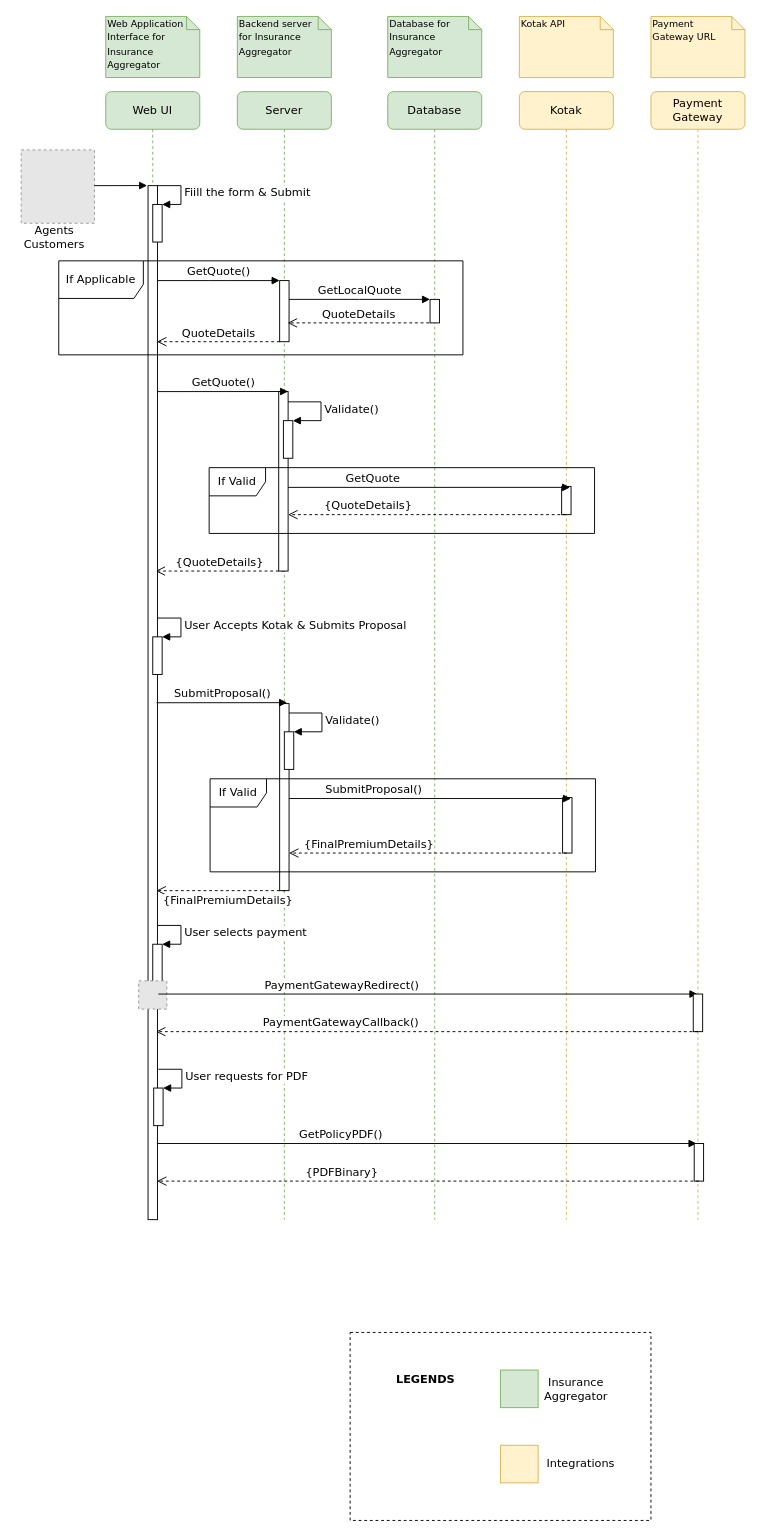
Earlier version of the draw.io diagram images/Untitled Diagram.drawio (akshaypuri1989/cordova-plugin-vuforia-v1). Source tidied: cells renumbered, new cells numbered last; positions are measured from the earlier drawing's top-left corner, leaving out a move shared by most shapes. Both pictures are drawn from the tidied source at 94%, with x=0, y=0 at pixel (16, 16). Pictures stored in the file or linked from it are replaced by grey dashed boxes.
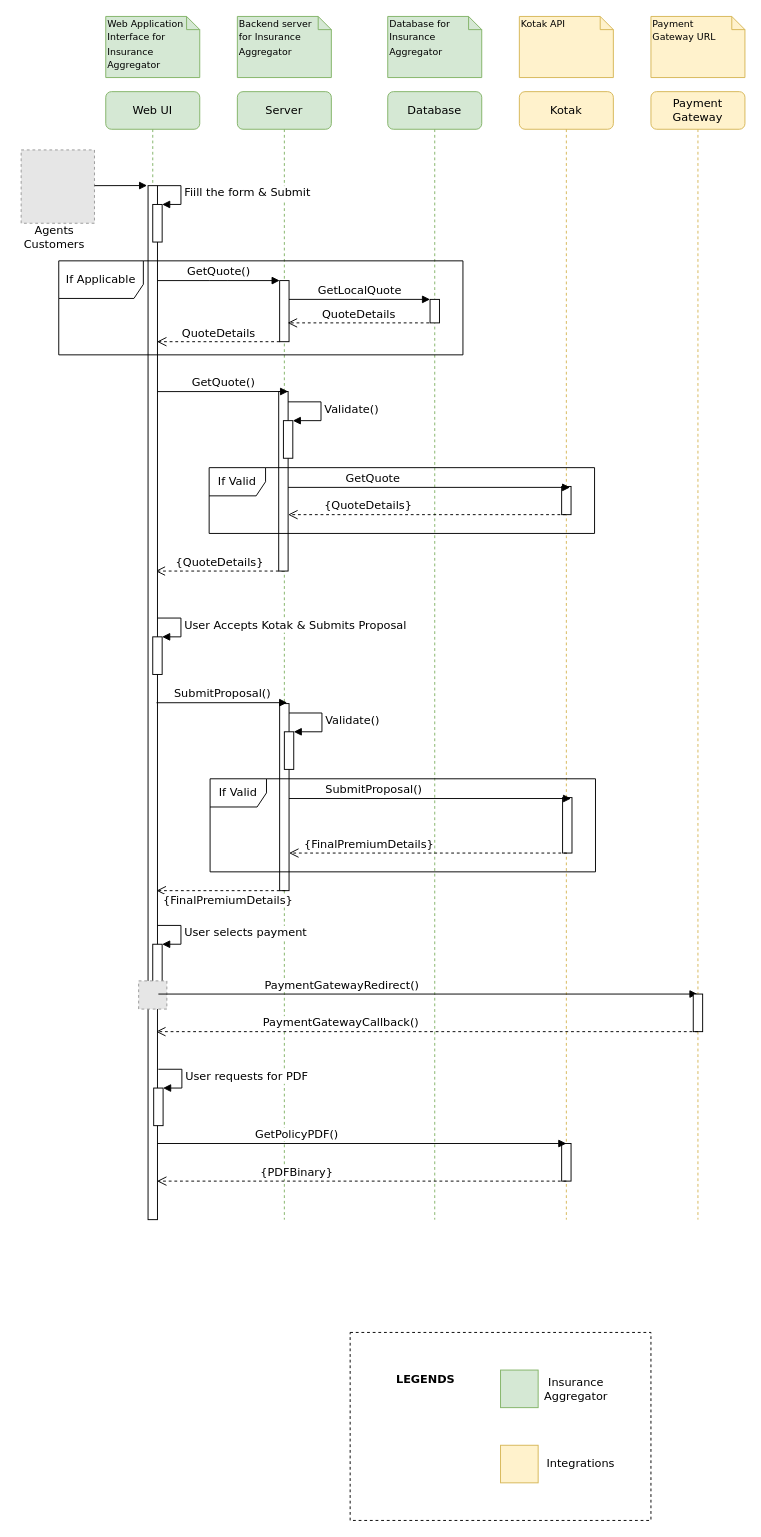
After the change.

The change refers to these unchanged cells:
```xml
<mxCell id="10" value="Kotak" style="shape=umlLifeline;perimeter=lifelinePerimeter;whiteSpace=wrap;html=1;rounded=1;shadow=0;comic=0;labelBackgroundColor=none;strokeWidth=1;fontFamily=Verdana;fontSize=12;align=center;fillColor=#fff2cc;strokeColor=#d6b656;" parent="1" vertex="1">
  <mxGeometry x="535" y="80" width="100" height="1200" as="geometry" />
</mxCell>
```

The edit, as a diff of the source:
```diff
@@
+    <mxCell id="52" style="html=1;perimeter=orthogonalPerimeter;" parent="10" vertex="1">
+      <mxGeometry x="45" y="1119" width="10" height="40" as="geometry" />
+    </mxCell>
@@
     <mxCell id="51" value="&lt;font face=&quot;Verdana&quot; style=&quot;font-size: 12px&quot;&gt;GetPolicyPDF()&lt;/font&gt;" style="html=1;verticalAlign=bottom;endArrow=block;" parent="1" edge="1">
       <mxGeometry x="-0.32" relative="1" as="geometry">
         <mxPoint x="150" y="1199" as="sourcePoint" />
-        <mxPoint x="723.5" y="1199" as="targetPoint" />
+        <mxPoint x="585" y="1199" as="targetPoint" />
       </mxGeometry>
     </mxCell>
-    <mxCell id="52" style="html=1;perimeter=orthogonalPerimeter;" parent="1" vertex="1">
-      <mxGeometry x="721" y="1199" width="10" height="40" as="geometry" />
-    </mxCell>
-    <mxCell id="53" value="&lt;font face=&quot;Verdana&quot; style=&quot;font-size: 12px&quot;&gt;{PDFBinary}&lt;/font&gt;" style="html=1;verticalAlign=bottom;endArrow=open;dashed=1;endSize=8;exitX=0.1;exitY=0.925;exitDx=0;exitDy=0;exitPerimeter=0;" parent="1" edge="1">
+    <mxCell id="53" value="&lt;font face=&quot;Verdana&quot; style=&quot;font-size: 12px&quot;&gt;{PDFBinary}&lt;/font&gt;" style="html=1;verticalAlign=bottom;endArrow=open;dashed=1;endSize=8;" parent="1" edge="1">
       <mxGeometry x="0.32" relative="1" as="geometry">
-        <mxPoint x="726" y="1239" as="sourcePoint" />
+        <mxPoint x="585" y="1239" as="sourcePoint" />
         <mxPoint x="149.5" y="1239" as="targetPoint" />
       </mxGeometry>
     </mxCell>
```
